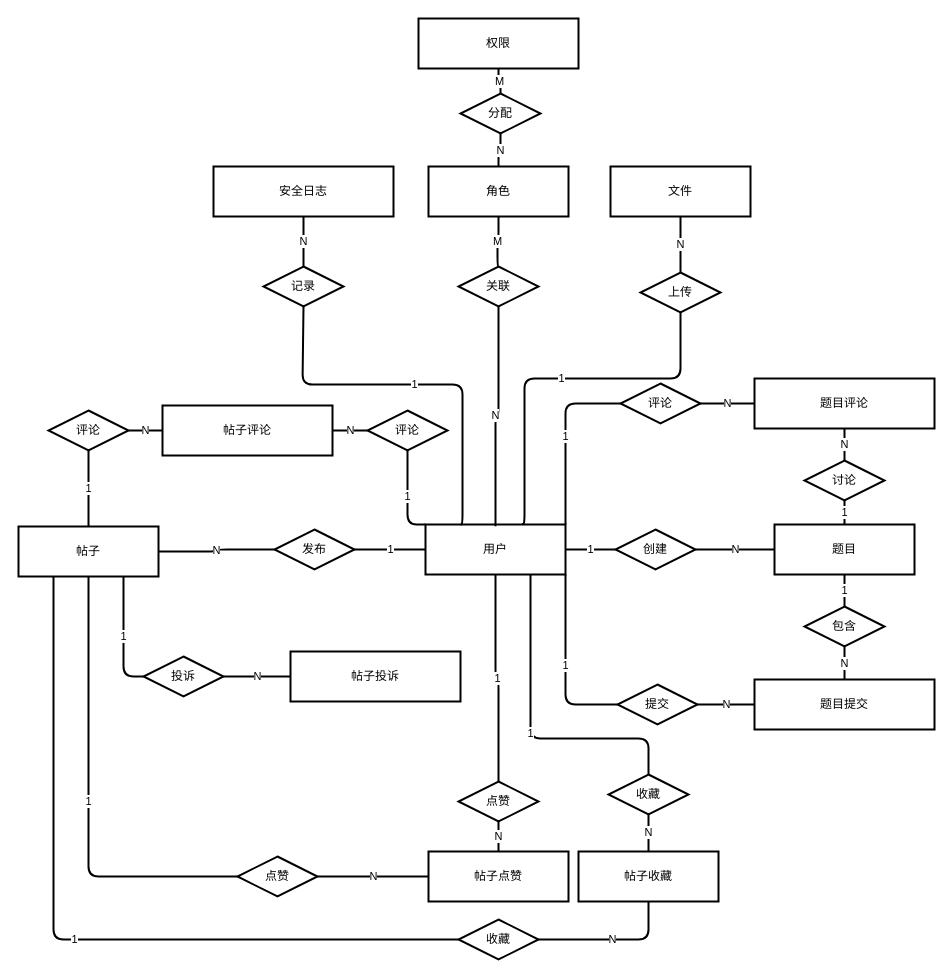
Above: draw.io/系统全局E-R图.drawio in vvtk/vvtk.github.io (draw.io), before the change. Source tidied: cells renumbered, new cells numbered last; positions are measured from the earlier drawing's top-left corner, leaving out a move shared by most shapes. Both pictures are drawn from the tidied source at 100%, with x=0, y=0 at pixel (18, 18).
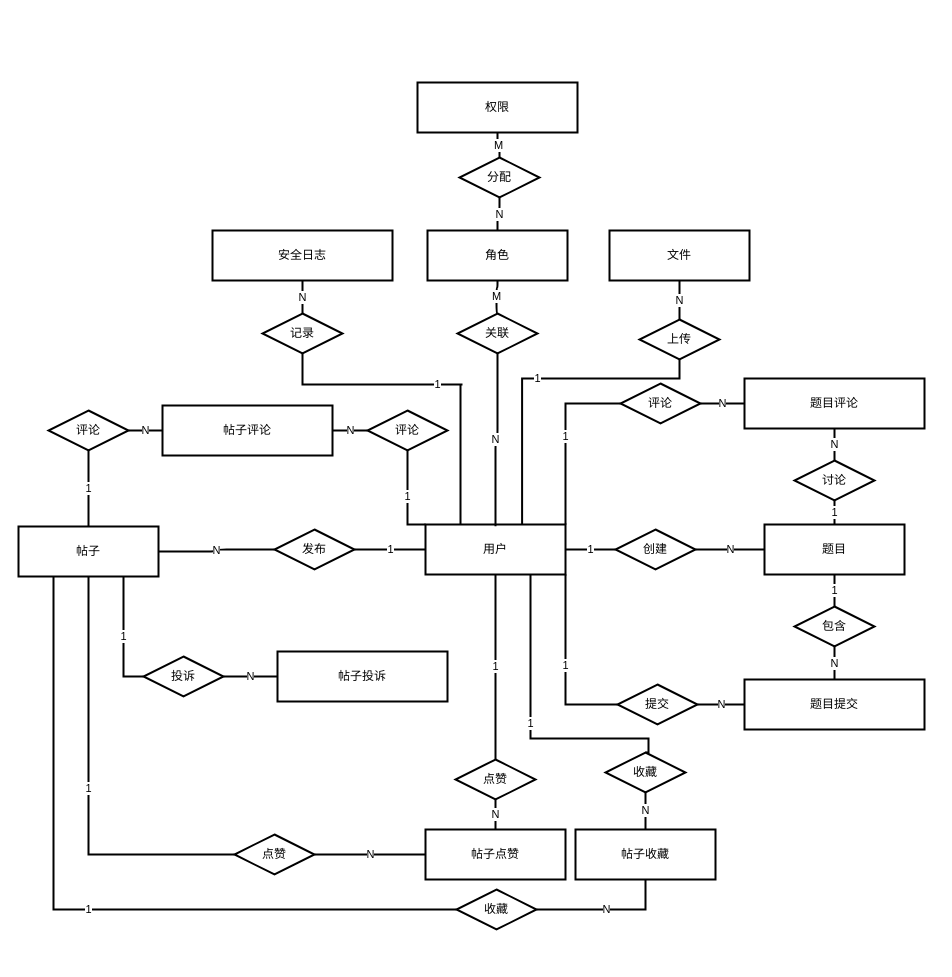
After the change.

Commit message:
更新系统全局E-R图.drawio

Unchanged cells that the change refers to:
```xml
<mxCell id="2" value="用户" style="rounded=0;whiteSpace=wrap;html=1;strokeWidth=2;fillColor=#ffffff;" parent="1" vertex="1">
  <mxGeometry x="407" y="506" width="140" height="50" as="geometry" />
</mxCell>
<mxCell id="3" value="帖子" style="rounded=0;whiteSpace=wrap;html=1;strokeWidth=2;fillColor=#ffffff;" parent="1" vertex="1">
  <mxGeometry y="508" width="140" height="50" as="geometry" />
</mxCell>
<mxCell id="12" value="投诉" style="rhombus;whiteSpace=wrap;html=1;strokeWidth=2;fillColor=#ffffff;" parent="1" vertex="1">
  <mxGeometry x="125" y="638" width="80" height="40" as="geometry" />
</mxCell>
<mxCell id="24" value="提交" style="rhombus;whiteSpace=wrap;html=1;strokeWidth=2;fillColor=#ffffff;" parent="1" vertex="1">
  <mxGeometry x="599" y="666" width="80" height="40" as="geometry" />
</mxCell>
<mxCell id="31" value="评论" style="rhombus;whiteSpace=wrap;html=1;strokeWidth=2;fillColor=#ffffff;" parent="1" vertex="1">
  <mxGeometry x="602" y="365" width="80" height="40" as="geometry" />
</mxCell>
<mxCell id="54" value="评论" style="rhombus;whiteSpace=wrap;html=1;strokeWidth=2;fillColor=#ffffff;" parent="1" vertex="1">
  <mxGeometry x="349" y="392" width="80" height="40" as="geometry" />
</mxCell>
```

Diff of the diagram source:
```diff
@@
     <mxCell id="11" value="帖子投诉" style="rounded=0;whiteSpace=wrap;html=1;strokeWidth=2;fillColor=#ffffff;" parent="1" vertex="1">
-      <mxGeometry x="272" y="633" width="170" height="50" as="geometry" />
+      <mxGeometry x="259" y="633" width="170" height="50" as="geometry" />
     </mxCell>
@@
-    <mxCell id="13" value="1" style="endArrow=none;html=1;strokeWidth=2;edgeStyle=orthogonalEdgeStyle;entryX=0;entryY=0.5;entryDx=0;entryDy=0;exitX=0.75;exitY=1;exitDx=0;exitDy=0;" parent="1" edge="1" source="3" target="12">
+    <mxCell id="13" value="1" style="endArrow=none;html=1;strokeWidth=2;edgeStyle=orthogonalEdgeStyle;entryX=0;entryY=0.5;entryDx=0;entryDy=0;exitX=0.75;exitY=1;exitDx=0;exitDy=0;rounded=0;curved=0;" parent="1" edge="1" source="3" target="12">
       <mxGeometry relative="1" as="geometry" />
     </mxCell>
@@
     <mxCell id="15" value="点赞" style="rhombus;whiteSpace=wrap;html=1;strokeWidth=2;fillColor=#ffffff;" parent="1" vertex="1">
-      <mxGeometry x="440" y="763" width="80" height="40" as="geometry" />
+      <mxGeometry x="437" y="741" width="80" height="40" as="geometry" />
     </mxCell>
@@
     <mxCell id="17" value="收藏" style="rhombus;whiteSpace=wrap;html=1;strokeWidth=2;fillColor=#ffffff;" parent="1" vertex="1">
-      <mxGeometry x="590" y="756" width="80" height="40" as="geometry" />
+      <mxGeometry x="587" y="734" width="80" height="40" as="geometry" />
     </mxCell>
-    <mxCell id="18" value="1" style="endArrow=none;html=1;strokeWidth=2;edgeStyle=orthogonalEdgeStyle;exitX=0.5;exitY=0;exitDx=0;exitDy=0;entryX=0.75;entryY=1;entryDx=0;entryDy=0;" parent="1" edge="1" source="17" target="2">
+    <mxCell id="18" value="1" style="endArrow=none;html=1;strokeWidth=2;edgeStyle=orthogonalEdgeStyle;exitX=0.5;exitY=0;exitDx=0;exitDy=0;entryX=0.75;entryY=1;entryDx=0;entryDy=0;rounded=0;curved=0;" parent="1" edge="1" source="17" target="2">
       <mxGeometry relative="1" as="geometry">
         <Array as="points">
           <mxPoint x="630" y="720" />
           <mxPoint x="512" y="720" />
         </Array>
       </mxGeometry>
     </mxCell>
     <mxCell id="19" value="题目" style="rounded=0;whiteSpace=wrap;html=1;strokeWidth=2;fillColor=#ffffff;" parent="1" vertex="1">
-      <mxGeometry x="756" y="506" width="140" height="50" as="geometry" />
+      <mxGeometry x="746" y="506" width="140" height="50" as="geometry" />
     </mxCell>
@@
     <mxCell id="23" value="题目提交" style="rounded=0;whiteSpace=wrap;html=1;strokeWidth=2;fillColor=#ffffff;" parent="1" vertex="1">
-      <mxGeometry x="736" y="661" width="180" height="50" as="geometry" />
+      <mxGeometry x="726" y="661" width="180" height="50" as="geometry" />
     </mxCell>
@@
-    <mxCell id="25" value="1" style="endArrow=none;html=1;strokeWidth=2;edgeStyle=orthogonalEdgeStyle;exitX=1;exitY=1;entryX=0;entryY=0.5;exitDx=0;exitDy=0;entryDx=0;entryDy=0;" parent="1" edge="1" source="2" target="24">
+    <mxCell id="25" value="1" style="endArrow=none;html=1;strokeWidth=2;edgeStyle=orthogonalEdgeStyle;exitX=1;exitY=1;entryX=0;entryY=0.5;exitDx=0;exitDy=0;entryDx=0;entryDy=0;rounded=0;curved=0;" parent="1" edge="1" source="2" target="24">
       <mxGeometry relative="1" as="geometry" />
     </mxCell>
@@
     <mxCell id="27" value="包含" style="rhombus;whiteSpace=wrap;html=1;strokeWidth=2;fillColor=#ffffff;" parent="1" vertex="1">
-      <mxGeometry x="786" y="588" width="80" height="40" as="geometry" />
+      <mxGeometry x="776" y="588" width="80" height="40" as="geometry" />
     </mxCell>
@@
     <mxCell id="30" value="题目评论" style="rounded=0;whiteSpace=wrap;html=1;strokeWidth=2;fillColor=#ffffff;" parent="1" vertex="1">
-      <mxGeometry x="736" y="360" width="180" height="50" as="geometry" />
+      <mxGeometry x="726" y="360" width="180" height="50" as="geometry" />
     </mxCell>
@@
-    <mxCell id="32" value="1" style="endArrow=none;html=1;strokeWidth=2;edgeStyle=orthogonalEdgeStyle;exitX=1;exitY=0;entryX=0;entryY=0.5;exitDx=0;exitDy=0;" parent="1" edge="1" source="2" target="31">
+    <mxCell id="32" value="1" style="endArrow=none;html=1;strokeWidth=2;edgeStyle=orthogonalEdgeStyle;exitX=1;exitY=0;entryX=0;entryY=0.5;exitDx=0;exitDy=0;rounded=0;curved=0;" parent="1" edge="1" source="2" target="31">
       <mxGeometry relative="1" as="geometry" />
     </mxCell>
@@
     <mxCell id="34" value="讨论" style="rhombus;whiteSpace=wrap;html=1;strokeWidth=2;fillColor=#ffffff;" parent="1" vertex="1">
-      <mxGeometry x="786" y="442" width="80" height="40" as="geometry" />
+      <mxGeometry x="776" y="442" width="80" height="40" as="geometry" />
     </mxCell>
@@
     <mxCell id="37" value="文件" style="rounded=0;whiteSpace=wrap;html=1;strokeWidth=2;fillColor=#ffffff;" parent="1" vertex="1">
-      <mxGeometry x="592" y="148" width="140" height="50" as="geometry" />
+      <mxGeometry x="591" y="212" width="140" height="50" as="geometry" />
     </mxCell>
     <mxCell id="38" value="上传" style="rhombus;whiteSpace=wrap;html=1;strokeWidth=2;fillColor=#ffffff;" parent="1" vertex="1">
-      <mxGeometry x="622" y="254" width="80" height="40" as="geometry" />
+      <mxGeometry x="621" y="301" width="80" height="40" as="geometry" />
     </mxCell>
-    <mxCell id="39" value="1" style="endArrow=none;html=1;strokeWidth=2;edgeStyle=orthogonalEdgeStyle;exitX=0.69;exitY=-0.011;entryX=0.5;entryY=1;exitDx=0;exitDy=0;exitPerimeter=0;entryDx=0;entryDy=0;" parent="1" edge="1" source="2" target="38">
+    <mxCell id="39" value="1" style="endArrow=none;html=1;strokeWidth=2;edgeStyle=orthogonalEdgeStyle;exitX=0.69;exitY=-0.011;entryX=0.5;entryY=1;exitDx=0;exitDy=0;exitPerimeter=0;entryDx=0;entryDy=0;rounded=0;curved=0;" parent="1" edge="1" source="2" target="38">
       <mxGeometry relative="1" as="geometry">
         <Array as="points">
           <mxPoint x="506" y="360" />
           <mxPoint x="662" y="360" />
         </Array>
       </mxGeometry>
     </mxCell>
@@
     <mxCell id="41" value="安全日志" style="rounded=0;whiteSpace=wrap;html=1;strokeWidth=2;fillColor=#ffffff;" parent="1" vertex="1">
-      <mxGeometry x="195" y="148" width="180" height="50" as="geometry" />
+      <mxGeometry x="194" y="212" width="180" height="50" as="geometry" />
     </mxCell>
     <mxCell id="42" value="记录" style="rhombus;whiteSpace=wrap;html=1;strokeWidth=2;fillColor=#ffffff;" parent="1" vertex="1">
-      <mxGeometry x="245" y="248" width="80" height="40" as="geometry" />
+      <mxGeometry x="244" y="295" width="80" height="40" as="geometry" />
     </mxCell>
-    <mxCell id="43" value="1" style="endArrow=none;html=1;strokeWidth=2;edgeStyle=orthogonalEdgeStyle;exitX=0.25;exitY=0;exitDx=0;exitDy=0;entryX=0.5;entryY=1;entryDx=0;entryDy=0;" parent="1" edge="1" source="2" target="42">
+    <mxCell id="43" value="1" style="endArrow=none;html=1;strokeWidth=2;edgeStyle=orthogonalEdgeStyle;exitX=0.25;exitY=0;exitDx=0;exitDy=0;entryX=0.5;entryY=1;entryDx=0;entryDy=0;rounded=0;curved=0;" parent="1" edge="1" source="2" target="42">
       <mxGeometry relative="1" as="geometry">
         <Array as="points">
           <mxPoint x="444" y="366" />
           <mxPoint x="284" y="366" />
           <mxPoint x="284" y="288" />
         </Array>
       </mxGeometry>
     </mxCell>
@@
     <mxCell id="45" value="角色" style="rounded=0;whiteSpace=wrap;html=1;strokeWidth=2;fillColor=#ffffff;" parent="1" vertex="1">
-      <mxGeometry x="410" y="148" width="140" height="50" as="geometry" />
+      <mxGeometry x="409" y="212" width="140" height="50" as="geometry" />
     </mxCell>
     <mxCell id="46" value="关联" style="rhombus;whiteSpace=wrap;html=1;strokeWidth=2;fillColor=#ffffff;" parent="1" vertex="1">
-      <mxGeometry x="440" y="248" width="80" height="40" as="geometry" />
+      <mxGeometry x="439" y="295" width="80" height="40" as="geometry" />
     </mxCell>
@@
     <mxCell id="48" value="M" style="endArrow=none;html=1;strokeWidth=2;edgeStyle=orthogonalEdgeStyle;entryX=0.5;entryY=1;entryDx=0;entryDy=0;exitX=0.5;exitY=0;exitDx=0;exitDy=0;" parent="1" edge="1" source="46" target="45">
       <mxGeometry relative="1" as="geometry">
         <Array as="points">
-          <mxPoint x="479" y="248" />
-          <mxPoint x="479" y="222" />
-          <mxPoint x="480" y="222" />
+          <mxPoint x="478" y="295" />
+          <mxPoint x="478" y="269" />
+          <mxPoint x="479" y="269" />
         </Array>
       </mxGeometry>
     </mxCell>
     <mxCell id="49" value="权限" style="rounded=0;whiteSpace=wrap;html=1;strokeWidth=2;fillColor=#ffffff;" parent="1" vertex="1">
-      <mxGeometry x="400" width="160" height="50" as="geometry" />
+      <mxGeometry x="399" y="64" width="160" height="50" as="geometry" />
     </mxCell>
     <mxCell id="50" value="分配" style="rhombus;whiteSpace=wrap;html=1;strokeWidth=2;fillColor=#ffffff;" parent="1" vertex="1">
-      <mxGeometry x="442" y="75" width="80" height="40" as="geometry" />
+      <mxGeometry x="441" y="139" width="80" height="40" as="geometry" />
     </mxCell>
@@
-    <mxCell id="53" value="1" style="endArrow=none;html=1;strokeWidth=2;edgeStyle=orthogonalEdgeStyle;exitX=0.5;exitY=1;entryX=0;entryY=0;entryDx=0;entryDy=0;exitDx=0;exitDy=0;" parent="1" edge="1" source="54" target="2">
+    <mxCell id="53" value="1" style="endArrow=none;html=1;strokeWidth=2;edgeStyle=orthogonalEdgeStyle;exitX=0.5;exitY=1;entryX=0;entryY=0;entryDx=0;entryDy=0;exitDx=0;exitDy=0;rounded=0;curved=0;" parent="1" edge="1" source="54" target="2">
       <mxGeometry relative="1" as="geometry">
         <Array as="points">
           <mxPoint x="389" y="506" />
         </Array>
       </mxGeometry>
     </mxCell>
@@
     <mxCell id="56" value="帖子点赞" style="rounded=0;whiteSpace=wrap;html=1;strokeWidth=2;fillColor=#ffffff;" parent="1" vertex="1">
-      <mxGeometry x="410" y="833" width="140" height="50" as="geometry" />
+      <mxGeometry x="407" y="811" width="140" height="50" as="geometry" />
     </mxCell>
     <mxCell id="57" value="帖子收藏" style="rounded=0;whiteSpace=wrap;html=1;strokeWidth=2;fillColor=#ffffff;" parent="1" vertex="1">
-      <mxGeometry x="560" y="833" width="140" height="50" as="geometry" />
+      <mxGeometry x="557" y="811" width="140" height="50" as="geometry" />
     </mxCell>
@@
     <mxCell id="60" value="点赞" style="rhombus;whiteSpace=wrap;html=1;strokeWidth=2;fillColor=#ffffff;" parent="1" vertex="1">
-      <mxGeometry x="219" y="838" width="80" height="40" as="geometry" />
+      <mxGeometry x="216" y="816" width="80" height="40" as="geometry" />
     </mxCell>
@@
     <mxCell id="62" value="收藏" style="rhombus;whiteSpace=wrap;html=1;strokeWidth=2;fillColor=#ffffff;" parent="1" vertex="1">
-      <mxGeometry x="440" y="901" width="80" height="40" as="geometry" />
+      <mxGeometry x="438" y="871" width="80" height="40" as="geometry" />
     </mxCell>
-    <mxCell id="63" value="N" style="endArrow=none;html=1;strokeWidth=2;edgeStyle=orthogonalEdgeStyle;exitX=1;exitY=0.5;exitDx=0;exitDy=0;entryX=0.5;entryY=1;entryDx=0;entryDy=0;" parent="1" edge="1" source="62" target="57">
+    <mxCell id="63" value="N" style="endArrow=none;html=1;strokeWidth=2;edgeStyle=orthogonalEdgeStyle;exitX=1;exitY=0.5;exitDx=0;exitDy=0;entryX=0.5;entryY=1;entryDx=0;entryDy=0;rounded=0;curved=0;" parent="1" edge="1" source="62" target="57">
       <mxGeometry relative="1" as="geometry" />
     </mxCell>
-    <mxCell id="64" value="1" style="endArrow=none;html=1;strokeWidth=2;edgeStyle=orthogonalEdgeStyle;exitX=0.5;exitY=1;exitDx=0;exitDy=0;entryX=0;entryY=0.5;entryDx=0;entryDy=0;" parent="1" edge="1" source="3" target="60">
+    <mxCell id="64" value="1" style="endArrow=none;html=1;strokeWidth=2;edgeStyle=orthogonalEdgeStyle;exitX=0.5;exitY=1;exitDx=0;exitDy=0;entryX=0;entryY=0.5;entryDx=0;entryDy=0;rounded=0;curved=0;" parent="1" edge="1" source="3" target="60">
       <mxGeometry relative="1" as="geometry" />
     </mxCell>
-    <mxCell id="65" value="1" style="endArrow=none;html=1;strokeWidth=2;edgeStyle=orthogonalEdgeStyle;entryX=0;entryY=0.5;entryDx=0;entryDy=0;exitX=0.25;exitY=1;exitDx=0;exitDy=0;" parent="1" edge="1" source="3" target="62">
+    <mxCell id="65" value="1" style="endArrow=none;html=1;strokeWidth=2;edgeStyle=orthogonalEdgeStyle;entryX=0;entryY=0.5;entryDx=0;entryDy=0;exitX=0.25;exitY=1;exitDx=0;exitDy=0;rounded=0;curved=0;" parent="1" edge="1" source="3" target="62">
       <mxGeometry relative="1" as="geometry" />
     </mxCell>
```
